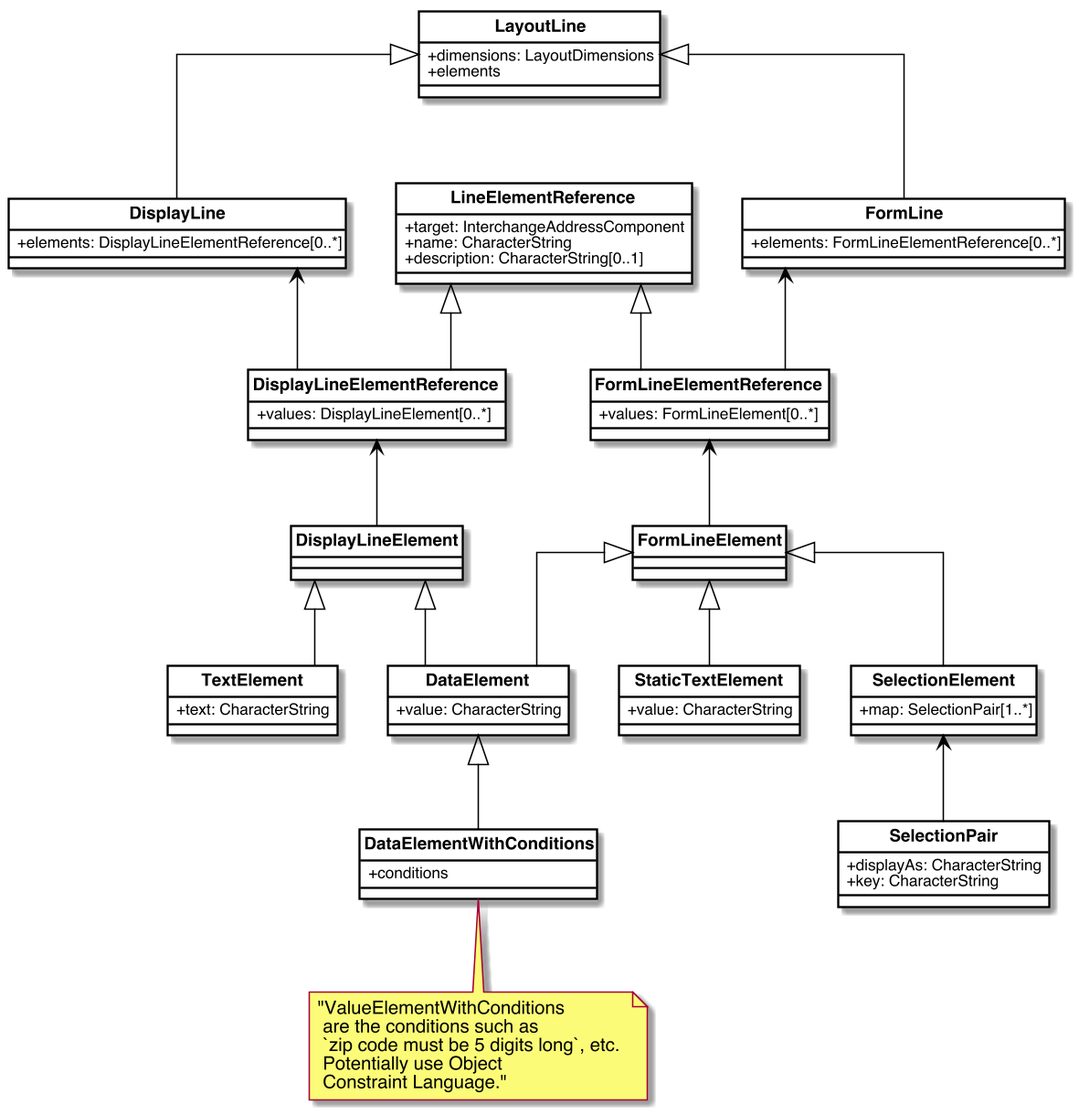
CalConnect/csd-digital-addresses keeps this PlantUML diagram as images/LayoutLine.png. Above is the earlier version.
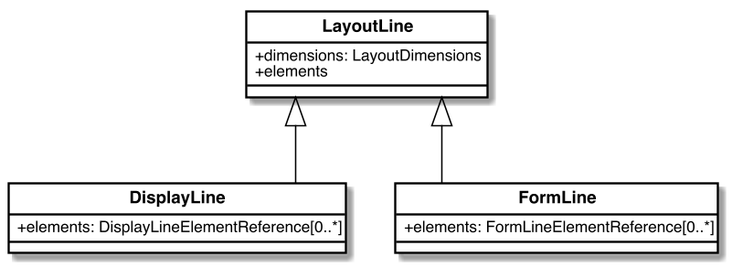
Above is the later version.

Change to the diagram source:
```diff
@@ -53,72 +53,9 @@
   +elements: FormLineElementReference[0..*]
 }
 
-class LineElementReference{
-  +target: InterchangeAddressComponent
-  +name: CharacterString
-  +description: CharacterString[0..1]
-}
 
-class DisplayLineElementReference{
-  +values: DisplayLineElement[0..*]
-}
-
-class FormLineElementReference{
-  +values: FormLineElement[0..*]
-}
-
-class DisplayLineElement{
-
-}
-
-class FormLineElement{
-
-}
-
-class TextElement{
-  +text: CharacterString
-}
-
-class DataElement{
-  +value: CharacterString
-}
-
-class StaticTextElement{
-  +value: CharacterString
-}
-
-class SelectionElement{
-  +map: SelectionPair[1..*]
-}
-
-class SelectionPair{
-  +displayAs: CharacterString
-  +key: CharacterString
-}
-
-class DataElementWithConditions {
-  +conditions
-}
-
-
-
-note bottom of DataElementWithConditions: "ValueElementWithConditions\n are the conditions such as\n `zip code must be 5 digits long`, etc.\n Potentially use Object\n Constraint Language."
 
 LayoutLine <|-- DisplayLine
 LayoutLine <|-- FormLine
-LineElementReference <|-- DisplayLineElementReference
-LineElementReference <|-- FormLineElementReference
-DisplayLineElementReference <-- DisplayLineElement
-DisplayLineElement <|-- TextElement
-DisplayLineElement <|-- DataElement
-DisplayLineElementReference -up-> DisplayLine
-FormLineElementReference -up-> FormLine
-FormLineElement -up-> FormLineElementReference
-FormLineElement <|-- StaticTextElement
-FormLineElement <|-- SelectionElement
-SelectionElement <-- SelectionPair
-FormLineElement <|-- DataElement
-DataElement <|-- DataElementWithConditions
-
 
 @enduml
```
